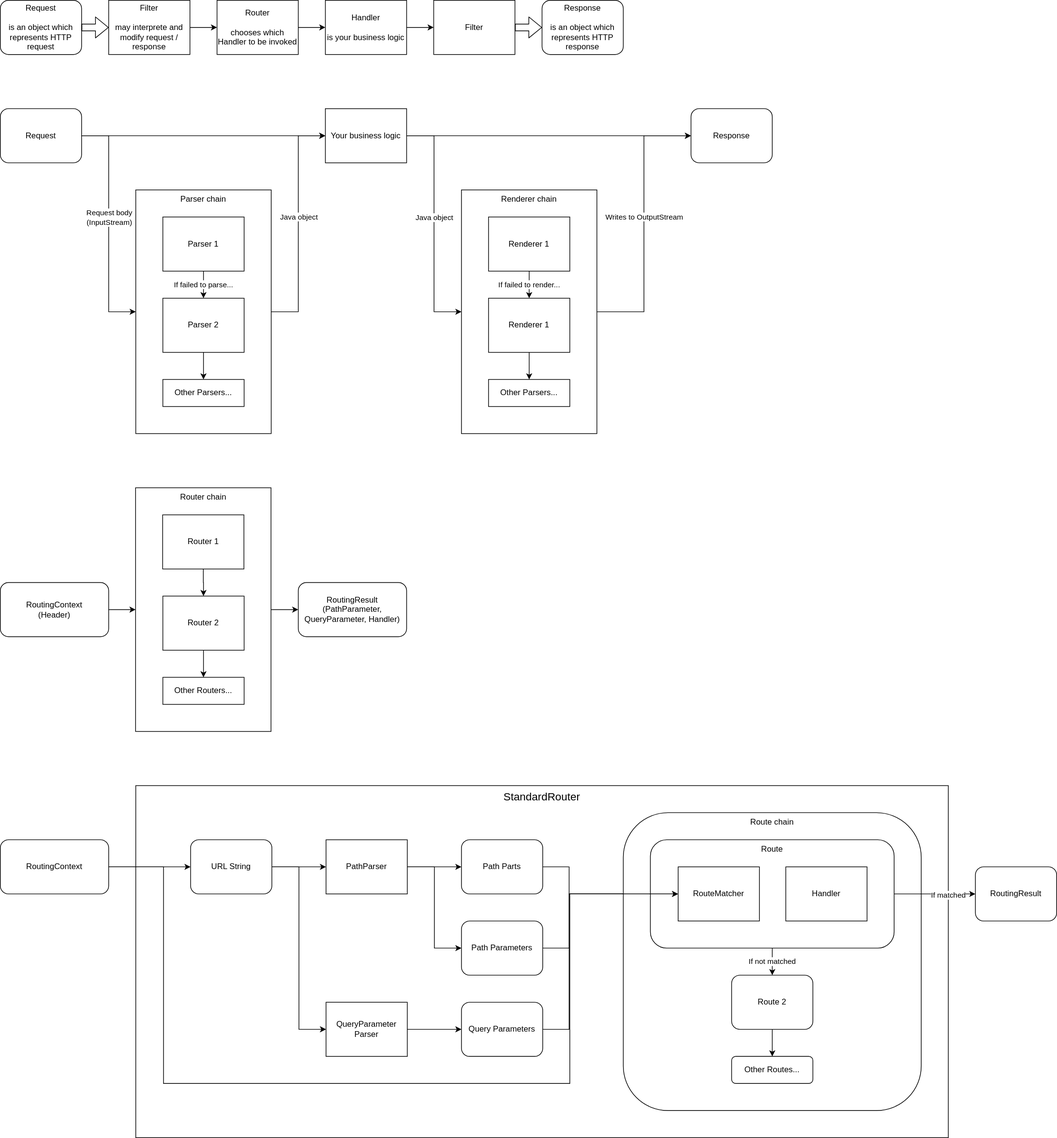
The draw.io diagram documentation/architecture.drawio.svg in minebreaker/Abukuma, before a commit. Source tidied: cells renumbered, new cells last; positions are measured from the earlier drawing's top-left corner, leaving out a move shared by most shapes.
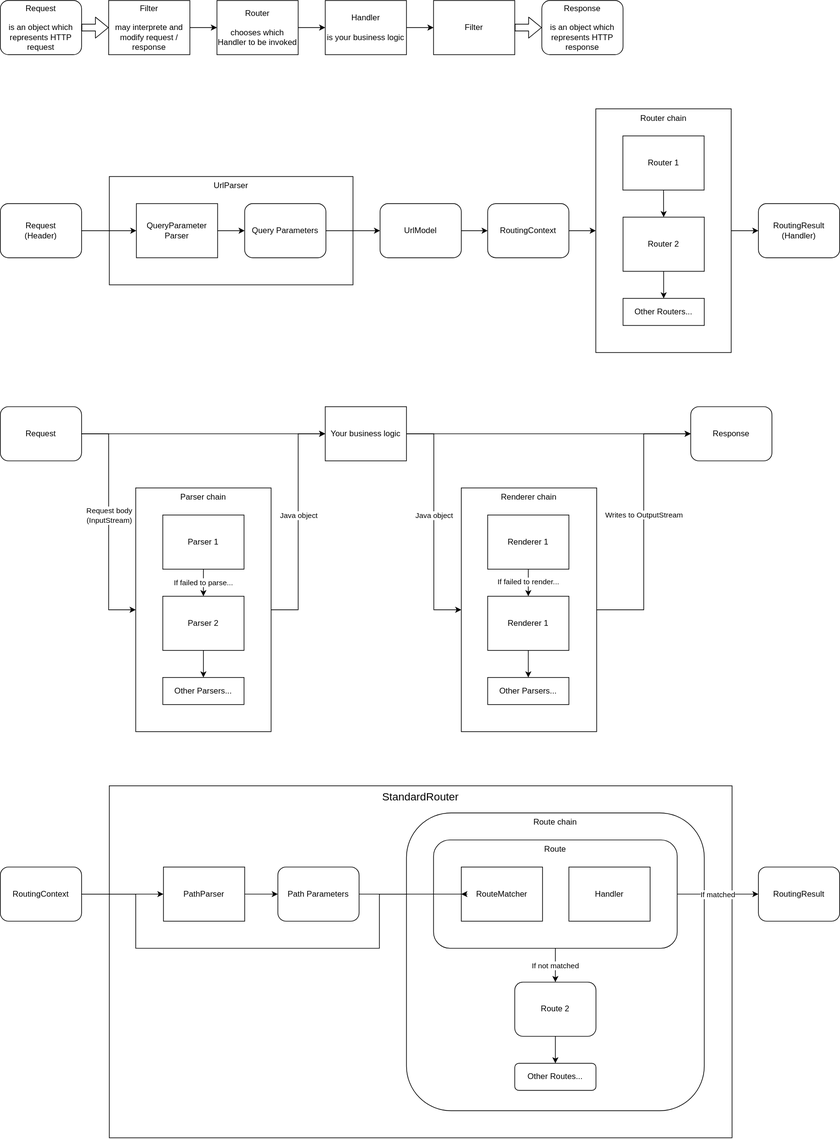
Above is the later version.

The edit, as a diff of the source:
```diff
@@ -2,11 +2,14 @@
   <root>
     <mxCell id="0" />
     <mxCell id="1" parent="0" />
+    <mxCell id="78" value="UrlParser" style="rounded=0;whiteSpace=wrap;html=1;verticalAlign=top;" parent="1" vertex="1">
+      <mxGeometry x="161" y="260" width="360" height="160" as="geometry" />
+    </mxCell>
     <mxCell id="2" value="StandardRouter" style="rounded=0;whiteSpace=wrap;html=1;fontSize=16;align=center;verticalAlign=top;" parent="1" vertex="1">
-      <mxGeometry x="200" y="1160" width="1200" height="520" as="geometry" />
+      <mxGeometry x="161" y="1160" width="920" height="520" as="geometry" />
     </mxCell>
     <mxCell id="3" value="Router chain" style="rounded=0;whiteSpace=wrap;html=1;verticalAlign=top;" parent="1" vertex="1">
-      <mxGeometry x="199.8" y="720" width="200" height="360" as="geometry" />
+      <mxGeometry x="879.8" y="160" width="200" height="360" as="geometry" />
     </mxCell>
     <mxCell id="4" value="Request&lt;br&gt;&lt;br&gt;is an object which represents HTTP request" style="rounded=1;whiteSpace=wrap;html=1;" parent="1" vertex="1">
       <mxGeometry width="120" height="80" as="geometry" />
@@ -53,7 +56,7 @@
       <mxGeometry relative="1" as="geometry" />
     </mxCell>
     <mxCell id="18" value="Request" style="rounded=1;whiteSpace=wrap;html=1;" parent="1" vertex="1">
-      <mxGeometry y="160" width="120" height="80" as="geometry" />
+      <mxGeometry y="600" width="120" height="80" as="geometry" />
     </mxCell>
     <mxCell id="19" style="edgeStyle=orthogonalEdgeStyle;rounded=0;jettySize=auto;html=1;entryX=0;entryY=0.5;entryDx=0;entryDy=0;" parent="1" edge="1" source="21" target="29">
       <mxGeometry relative="1" as="geometry" />
@@ -64,7 +67,7 @@
       </mxGeometry>
     </mxCell>
     <mxCell id="21" value="Renderer chain" style="rounded=0;whiteSpace=wrap;html=1;verticalAlign=top;" parent="1" vertex="1">
-      <mxGeometry x="681" y="280" width="200" height="360" as="geometry" />
+      <mxGeometry x="681" y="720" width="200" height="360" as="geometry" />
     </mxCell>
     <mxCell id="22" style="edgeStyle=orthogonalEdgeStyle;rounded=0;jettySize=auto;html=1;entryX=0;entryY=0.5;entryDx=0;entryDy=0;exitX=1;exitY=0.5;exitDx=0;exitDy=0;" parent="1" edge="1" source="24" target="28">
       <mxGeometry relative="1" as="geometry" />
@@ -75,7 +78,7 @@
       </mxGeometry>
     </mxCell>
     <mxCell id="24" value="Parser chain" style="rounded=0;whiteSpace=wrap;html=1;verticalAlign=top;" parent="1" vertex="1">
-      <mxGeometry x="200" y="280" width="200" height="360" as="geometry" />
+      <mxGeometry x="200" y="720" width="200" height="360" as="geometry" />
     </mxCell>
     <mxCell id="25" style="edgeStyle=orthogonalEdgeStyle;rounded=0;jettySize=auto;html=1;entryX=0;entryY=0.5;entryDx=0;entryDy=0;" parent="1" edge="1" source="28" target="29">
       <mxGeometry relative="1" as="geometry" />
@@ -89,28 +92,28 @@
       </mxGeometry>
     </mxCell>
     <mxCell id="28" value="Your business logic" style="rounded=0;whiteSpace=wrap;html=1;" parent="1" vertex="1">
-      <mxGeometry x="480" y="160" width="120" height="80" as="geometry" />
+      <mxGeometry x="480" y="600" width="120" height="80" as="geometry" />
     </mxCell>
     <mxCell id="29" value="Response" style="rounded=1;whiteSpace=wrap;html=1;" parent="1" vertex="1">
-      <mxGeometry x="1020" y="160" width="120" height="80" as="geometry" />
+      <mxGeometry x="1020" y="600" width="120" height="80" as="geometry" />
     </mxCell>
     <mxCell id="30" style="edgeStyle=orthogonalEdgeStyle;rounded=0;jettySize=auto;html=1;entryX=0;entryY=0.5;entryDx=0;entryDy=0;" parent="1" edge="1" source="31" target="3">
       <mxGeometry relative="1" as="geometry" />
     </mxCell>
-    <mxCell id="31" value="RoutingContext&lt;br&gt;(Header)" style="rounded=1;whiteSpace=wrap;html=1;" parent="1" vertex="1">
-      <mxGeometry y="860" width="160" height="80" as="geometry" />
+    <mxCell id="31" value="RoutingContext" style="rounded=1;whiteSpace=wrap;html=1;" parent="1" vertex="1">
+      <mxGeometry x="720" y="300" width="120" height="80" as="geometry" />
     </mxCell>
     <mxCell id="32" value="If failed to parse..." style="edgeStyle=orthogonalEdgeStyle;rounded=0;jettySize=auto;html=1;entryX=0.5;entryY=0;entryDx=0;entryDy=0;" parent="1" edge="1" source="33" target="35">
       <mxGeometry relative="1" as="geometry" />
     </mxCell>
     <mxCell id="33" value="Parser 1" style="rounded=0;whiteSpace=wrap;html=1;" parent="1" vertex="1">
-      <mxGeometry x="240" y="320" width="120" height="80" as="geometry" />
+      <mxGeometry x="240" y="760" width="120" height="80" as="geometry" />
     </mxCell>
     <mxCell id="34" style="edgeStyle=orthogonalEdgeStyle;rounded=0;jettySize=auto;html=1;entryX=0.5;entryY=0;entryDx=0;entryDy=0;" parent="1" edge="1" source="35" target="39">
       <mxGeometry relative="1" as="geometry" />
     </mxCell>
     <mxCell id="35" value="Parser 2" style="rounded=0;whiteSpace=wrap;html=1;" parent="1" vertex="1">
-      <mxGeometry x="240" y="440" width="120" height="80" as="geometry" />
+      <mxGeometry x="240" y="880" width="120" height="80" as="geometry" />
     </mxCell>
     <mxCell id="36" style="edgeStyle=orthogonalEdgeStyle;rounded=0;jettySize=auto;html=1;entryX=0.5;entryY=0;entryDx=0;entryDy=0;" parent="1" edge="1" source="38" target="41">
       <mxGeometry relative="1" as="geometry" />
@@ -119,71 +122,58 @@
       <mxGeometry x="-0.07" y="-1" relative="1" as="geometry" />
     </mxCell>
     <mxCell id="38" value="Renderer 1" style="rounded=0;whiteSpace=wrap;html=1;" parent="1" vertex="1">
-      <mxGeometry x="721" y="320" width="120" height="80" as="geometry" />
+      <mxGeometry x="720" y="760" width="120" height="80" as="geometry" />
     </mxCell>
     <mxCell id="39" value="Other Parsers..." style="rounded=0;whiteSpace=wrap;html=1;" parent="1" vertex="1">
-      <mxGeometry x="240" y="560" width="120" height="40" as="geometry" />
+      <mxGeometry x="240" y="1000" width="120" height="40" as="geometry" />
     </mxCell>
     <mxCell id="40" style="edgeStyle=orthogonalEdgeStyle;rounded=0;jettySize=auto;html=1;entryX=0.5;entryY=0;entryDx=0;entryDy=0;" parent="1" edge="1" source="41" target="42">
       <mxGeometry relative="1" as="geometry" />
     </mxCell>
     <mxCell id="41" value="Renderer 1" style="rounded=0;whiteSpace=wrap;html=1;" parent="1" vertex="1">
-      <mxGeometry x="721" y="440" width="120" height="80" as="geometry" />
+      <mxGeometry x="720" y="880" width="120" height="80" as="geometry" />
     </mxCell>
     <mxCell id="42" value="Other Parsers..." style="rounded=0;whiteSpace=wrap;html=1;" parent="1" vertex="1">
-      <mxGeometry x="721" y="560" width="120" height="40" as="geometry" />
+      <mxGeometry x="720" y="1000" width="120" height="40" as="geometry" />
     </mxCell>
-    <mxCell id="43" value="RoutingResult&lt;br&gt;(PathParameter, QueryParameter, Handler)" style="rounded=1;whiteSpace=wrap;html=1;" parent="1" vertex="1">
-      <mxGeometry x="440" y="860" width="160" height="80" as="geometry" />
+    <mxCell id="43" value="RoutingResult&lt;br&gt;(Handler)" style="rounded=1;whiteSpace=wrap;html=1;" parent="1" vertex="1">
+      <mxGeometry x="1120" y="300" width="120" height="80" as="geometry" />
     </mxCell>
-    <mxCell id="44" style="edgeStyle=orthogonalEdgeStyle;rounded=0;jettySize=auto;html=1;entryX=0;entryY=0.5;entryDx=0;entryDy=0;" parent="1" edge="1" source="46" target="53">
+    <mxCell id="44" style="edgeStyle=orthogonalEdgeStyle;rounded=0;jettySize=auto;html=1;entryX=0;entryY=0.5;entryDx=0;entryDy=0;" parent="1" edge="1" source="46" target="50">
       <mxGeometry relative="1" as="geometry" />
     </mxCell>
-    <mxCell id="45" style="edgeStyle=orthogonalEdgeStyle;rounded=0;jettySize=auto;html=1;entryX=0;entryY=0.5;entryDx=0;entryDy=0;" parent="1" edge="1" source="46" target="69">
+    <mxCell id="45" style="edgeStyle=orthogonalEdgeStyle;rounded=0;jettySize=auto;html=1;entryX=0;entryY=0.5;entryDx=0;entryDy=0;exitX=1;exitY=0.5;exitDx=0;exitDy=0;" parent="1" edge="1" source="46" target="69">
       <mxGeometry relative="1" as="geometry">
         <Array as="points">
-          <mxPoint x="241" y="1280" />
-          <mxPoint x="241" y="1600" />
-          <mxPoint x="841" y="1600" />
-          <mxPoint x="841" y="1320" />
+          <mxPoint x="200" y="1320" />
+          <mxPoint x="200" y="1400" />
+          <mxPoint x="560" y="1400" />
+          <mxPoint x="560" y="1320" />
+          <mxPoint x="681" y="1320" />
         </Array>
       </mxGeometry>
     </mxCell>
     <mxCell id="46" value="RoutingContext" style="rounded=1;whiteSpace=wrap;html=1;" parent="1" vertex="1">
-      <mxGeometry y="1240" width="160" height="80" as="geometry" />
+      <mxGeometry y="1280" width="120" height="80" as="geometry" />
     </mxCell>
     <mxCell id="47" value="RoutingResult" style="rounded=1;whiteSpace=wrap;html=1;" parent="1" vertex="1">
-      <mxGeometry x="1440" y="1280" width="120" height="80" as="geometry" />
+      <mxGeometry x="1120" y="1280" width="120" height="80" as="geometry" />
     </mxCell>
-    <mxCell id="48" style="edgeStyle=orthogonalEdgeStyle;rounded=0;jettySize=auto;html=1;entryX=0;entryY=0.5;entryDx=0;entryDy=0;" parent="1" edge="1" source="50" target="55">
+    <mxCell id="48" style="edgeStyle=orthogonalEdgeStyle;rounded=0;jettySize=auto;html=1;entryX=0;entryY=0.5;entryDx=0;entryDy=0;" parent="1" edge="1" source="50">
       <mxGeometry relative="1" as="geometry" />
     </mxCell>
-    <mxCell id="49" style="edgeStyle=orthogonalEdgeStyle;rounded=0;jettySize=auto;html=1;entryX=0;entryY=0.5;entryDx=0;entryDy=0;" parent="1" edge="1" source="50" target="68">
+    <mxCell id="49" style="edgeStyle=orthogonalEdgeStyle;rounded=0;jettySize=auto;html=1;entryX=0;entryY=0.5;entryDx=0;entryDy=0;" parent="1" edge="1" source="50">
       <mxGeometry relative="1" as="geometry" />
     </mxCell>
+    <mxCell id="79" style="edgeStyle=none;html=1;exitX=1;exitY=0.5;exitDx=0;exitDy=0;entryX=0;entryY=0.5;entryDx=0;entryDy=0;" parent="1" edge="1" source="50" target="68">
+      <mxGeometry relative="1" as="geometry" />
+    </mxCell>
     <mxCell id="50" value="PathParser" style="rounded=0;whiteSpace=wrap;html=1;" parent="1" vertex="1">
-      <mxGeometry x="481" y="1240" width="120" height="80" as="geometry" />
+      <mxGeometry x="241" y="1280" width="120" height="80" as="geometry" />
     </mxCell>
-    <mxCell id="51" style="edgeStyle=orthogonalEdgeStyle;rounded=0;jettySize=auto;html=1;entryX=0;entryY=0.5;entryDx=0;entryDy=0;" parent="1" edge="1" source="53" target="50">
+    <mxCell id="51" style="edgeStyle=orthogonalEdgeStyle;rounded=0;jettySize=auto;html=1;entryX=0;entryY=0.5;entryDx=0;entryDy=0;" parent="1" edge="1" target="50">
       <mxGeometry relative="1" as="geometry" />
     </mxCell>
-    <mxCell id="52" style="edgeStyle=orthogonalEdgeStyle;rounded=0;jettySize=auto;html=1;entryX=0;entryY=0.5;entryDx=0;entryDy=0;" parent="1" edge="1" source="53" target="75">
-      <mxGeometry relative="1" as="geometry" />
-    </mxCell>
-    <mxCell id="53" value="URL String" style="rounded=1;whiteSpace=wrap;html=1;" parent="1" vertex="1">
-      <mxGeometry x="281" y="1240" width="120" height="80" as="geometry" />
-    </mxCell>
-    <mxCell id="54" style="edgeStyle=orthogonalEdgeStyle;rounded=0;jettySize=auto;html=1;entryX=0;entryY=0.5;entryDx=0;entryDy=0;" parent="1" edge="1" source="55" target="69">
-      <mxGeometry relative="1" as="geometry">
-        <Array as="points">
-          <mxPoint x="840" y="1280" />
-          <mxPoint x="840" y="1320" />
-        </Array>
-      </mxGeometry>
-    </mxCell>
-    <mxCell id="55" value="Path Parts" style="rounded=1;whiteSpace=wrap;html=1;" parent="1" vertex="1">
-      <mxGeometry x="681" y="1240" width="120" height="80" as="geometry" />
-    </mxCell>
     <mxCell id="56" style="edgeStyle=orthogonalEdgeStyle;rounded=0;jettySize=auto;html=1;entryX=0;entryY=0.5;entryDx=0;entryDy=0;exitX=1;exitY=0.5;exitDx=0;exitDy=0;" parent="1" edge="1" source="3" target="43">
       <mxGeometry relative="1" as="geometry" />
     </mxCell>
@@ -191,10 +181,10 @@
       <mxGeometry relative="1" as="geometry" />
     </mxCell>
     <mxCell id="58" value="Router 1" style="rounded=0;whiteSpace=wrap;html=1;" parent="1" vertex="1">
-      <mxGeometry x="239.8" y="760" width="120" height="80" as="geometry" />
+      <mxGeometry x="919.8" y="200" width="120" height="80" as="geometry" />
     </mxCell>
     <mxCell id="59" value="Route chain" style="rounded=1;whiteSpace=wrap;html=1;verticalAlign=top;" parent="1" vertex="1">
-      <mxGeometry x="920" y="1200" width="440" height="440" as="geometry" />
+      <mxGeometry x="600" y="1200" width="440" height="440" as="geometry" />
     </mxCell>
     <mxCell id="60" value="If not matched" style="edgeStyle=orthogonalEdgeStyle;rounded=0;jettySize=auto;html=1;entryX=0.5;entryY=0;entryDx=0;entryDy=0;" parent="1" edge="1" source="63" target="65">
       <mxGeometry relative="1" as="geometry" />
@@ -203,62 +193,71 @@
       <mxGeometry relative="1" as="geometry" />
     </mxCell>
     <mxCell id="62" value="If matched" style="edgeLabel;html=1;align=center;verticalAlign=middle;" parent="61" vertex="1">
-      <mxGeometry x="0.31" y="-1" relative="1" as="geometry" />
+      <mxGeometry x="0.31" y="-1" relative="1" as="geometry">
+        <mxPoint x="-19" y="-1" as="offset" />
+      </mxGeometry>
     </mxCell>
     <mxCell id="63" value="Route" style="rounded=1;whiteSpace=wrap;html=1;verticalAlign=top;" parent="1" vertex="1">
-      <mxGeometry x="960" y="1240" width="360" height="160" as="geometry" />
+      <mxGeometry x="640" y="1240" width="360" height="160" as="geometry" />
     </mxCell>
     <mxCell id="64" style="edgeStyle=orthogonalEdgeStyle;rounded=0;jettySize=auto;html=1;entryX=0.5;entryY=0;entryDx=0;entryDy=0;" parent="1" edge="1" source="65" target="66">
       <mxGeometry relative="1" as="geometry" />
     </mxCell>
     <mxCell id="65" value="Route 2" style="rounded=1;whiteSpace=wrap;html=1;" parent="1" vertex="1">
-      <mxGeometry x="1080" y="1440" width="120" height="80" as="geometry" />
+      <mxGeometry x="760" y="1450" width="120" height="80" as="geometry" />
     </mxCell>
     <mxCell id="66" value="Other Routes..." style="rounded=1;whiteSpace=wrap;html=1;" parent="1" vertex="1">
-      <mxGeometry x="1080" y="1560" width="120" height="40" as="geometry" />
+      <mxGeometry x="760" y="1570" width="120" height="40" as="geometry" />
     </mxCell>
-    <mxCell id="67" style="edgeStyle=orthogonalEdgeStyle;rounded=0;jettySize=auto;html=1;entryX=0;entryY=0.5;entryDx=0;entryDy=0;" parent="1" edge="1" source="68" target="69">
-      <mxGeometry relative="1" as="geometry">
-        <Array as="points">
-          <mxPoint x="840" y="1400" />
-          <mxPoint x="840" y="1320" />
-        </Array>
-      </mxGeometry>
-    </mxCell>
     <mxCell id="68" value="Path Parameters" style="rounded=1;whiteSpace=wrap;html=1;" parent="1" vertex="1">
-      <mxGeometry x="681" y="1360" width="120" height="80" as="geometry" />
+      <mxGeometry x="410" y="1280" width="120" height="80" as="geometry" />
     </mxCell>
     <mxCell id="69" value="RouteMatcher" style="rounded=0;whiteSpace=wrap;html=1;" parent="1" vertex="1">
-      <mxGeometry x="1001" y="1280" width="120" height="80" as="geometry" />
+      <mxGeometry x="681" y="1280" width="120" height="80" as="geometry" />
     </mxCell>
     <mxCell id="70" value="Handler" style="rounded=0;whiteSpace=wrap;html=1;" parent="1" vertex="1">
-      <mxGeometry x="1160" y="1280" width="120" height="80" as="geometry" />
+      <mxGeometry x="840" y="1280" width="120" height="80" as="geometry" />
     </mxCell>
     <mxCell id="71" style="edgeStyle=orthogonalEdgeStyle;rounded=0;jettySize=auto;html=1;entryX=0.5;entryY=0;entryDx=0;entryDy=0;" parent="1" edge="1" source="72" target="73">
       <mxGeometry relative="1" as="geometry" />
     </mxCell>
     <mxCell id="72" value="Router 2" style="rounded=0;whiteSpace=wrap;html=1;" parent="1" vertex="1">
-      <mxGeometry x="240" y="880" width="120" height="80" as="geometry" />
+      <mxGeometry x="920" y="320" width="120" height="80" as="geometry" />
     </mxCell>
     <mxCell id="73" value="Other Routers..." style="rounded=0;whiteSpace=wrap;html=1;" parent="1" vertex="1">
-      <mxGeometry x="240" y="1000" width="120" height="40" as="geometry" />
+      <mxGeometry x="920" y="440" width="120" height="40" as="geometry" />
     </mxCell>
-    <mxCell id="74" style="edgeStyle=orthogonalEdgeStyle;rounded=0;jettySize=auto;html=1;entryX=0;entryY=0.5;entryDx=0;entryDy=0;" parent="1" edge="1" source="75" target="77">
+    <mxCell id="74" style="edgeStyle=elbowEdgeStyle;rounded=0;html=1;exitX=1;exitY=0.5;exitDx=0;exitDy=0;entryX=0;entryY=0.5;entryDx=0;entryDy=0;" parent="1" edge="1" source="75" target="77">
       <mxGeometry relative="1" as="geometry" />
     </mxCell>
     <mxCell id="75" value="QueryParameter&lt;br&gt;Parser" style="rounded=0;whiteSpace=wrap;html=1;" parent="1" vertex="1">
-      <mxGeometry x="481" y="1480" width="120" height="80" as="geometry" />
+      <mxGeometry x="201" y="300" width="120" height="80" as="geometry" />
     </mxCell>
-    <mxCell id="76" style="edgeStyle=orthogonalEdgeStyle;rounded=0;jettySize=auto;html=1;entryX=0;entryY=0.5;entryDx=0;entryDy=0;" parent="1" edge="1" source="77" target="69">
-      <mxGeometry relative="1" as="geometry">
-        <Array as="points">
-          <mxPoint x="840" y="1520" />
-          <mxPoint x="840" y="1320" />
-        </Array>
-      </mxGeometry>
-    </mxCell>
+    <mxCell id="80" style="edgeStyle=elbowEdgeStyle;rounded=0;html=1;exitX=1;exitY=0.5;exitDx=0;exitDy=0;entryX=0;entryY=0.5;entryDx=0;entryDy=0;" parent="1" edge="1" source="77" target="84">
+      <mxGeometry relative="1" as="geometry" />
+    </mxCell>
     <mxCell id="77" value="Query Parameters" style="rounded=1;whiteSpace=wrap;html=1;" parent="1" vertex="1">
-      <mxGeometry x="681" y="1480" width="120" height="80" as="geometry" />
+      <mxGeometry x="361" y="300" width="120" height="80" as="geometry" />
     </mxCell>
+    <mxCell id="81" style="edgeStyle=elbowEdgeStyle;rounded=0;html=1;entryX=0;entryY=0.5;entryDx=0;entryDy=0;" parent="1" edge="1" source="82" target="75">
+      <mxGeometry relative="1" as="geometry" />
+    </mxCell>
+    <mxCell id="82" value="Request&lt;br&gt;(Header)" style="rounded=1;whiteSpace=wrap;html=1;" parent="1" vertex="1">
+      <mxGeometry y="300" width="120" height="80" as="geometry" />
+    </mxCell>
+    <mxCell id="83" style="edgeStyle=elbowEdgeStyle;rounded=0;html=1;entryX=0;entryY=0.5;entryDx=0;entryDy=0;" parent="1" edge="1" source="84" target="31">
+      <mxGeometry relative="1" as="geometry" />
+    </mxCell>
+    <mxCell id="84" value="UrlModel" style="rounded=1;whiteSpace=wrap;html=1;" parent="1" vertex="1">
+      <mxGeometry x="561" y="300" width="120" height="80" as="geometry" />
+    </mxCell>
+    <mxCell id="54" style="edgeStyle=orthogonalEdgeStyle;rounded=0;jettySize=auto;html=1;entryX=0;entryY=0.5;entryDx=0;entryDy=0;exitX=1;exitY=0.5;exitDx=0;exitDy=0;" parent="1" edge="1" source="68" target="69">
+      <mxGeometry relative="1" as="geometry">
+        <Array as="points">
+          <mxPoint x="690" y="1320" />
+          <mxPoint x="690" y="1320" />
+        </Array>
+      </mxGeometry>
+    </mxCell>
   </root>
 </mxGraphModel>
```
